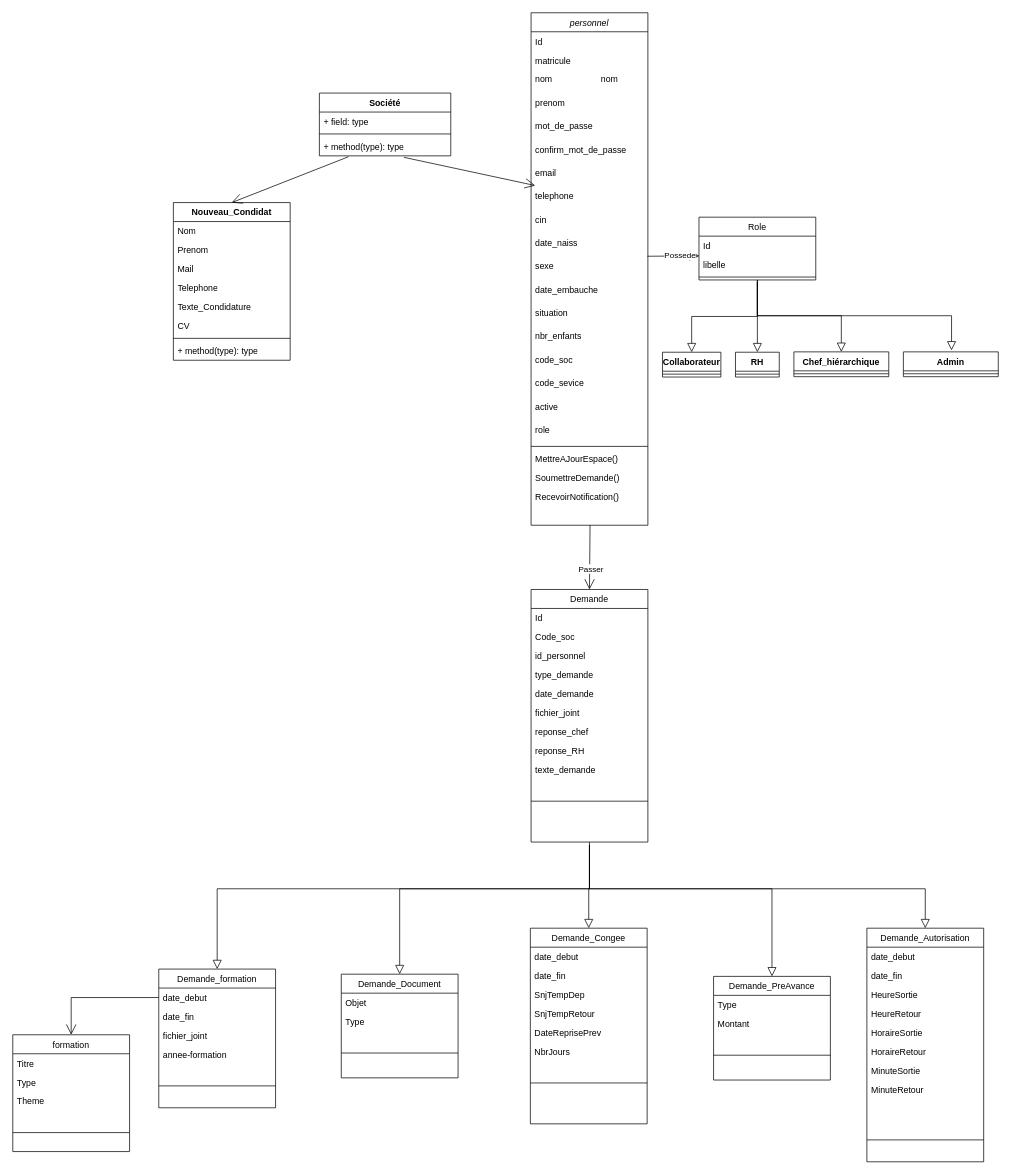
Earlier version of the draw.io diagram Diagramme_classe.drawio (PORTAIL-RH/Portail-RH-Mobile). Source tidied: cells renumbered, new cells numbered last; positions are measured from the earlier drawing's top-left corner, leaving out a move shared by most shapes. Both pictures are drawn from the tidied source at 73%, with x=0, y=0 at pixel (12, 12).
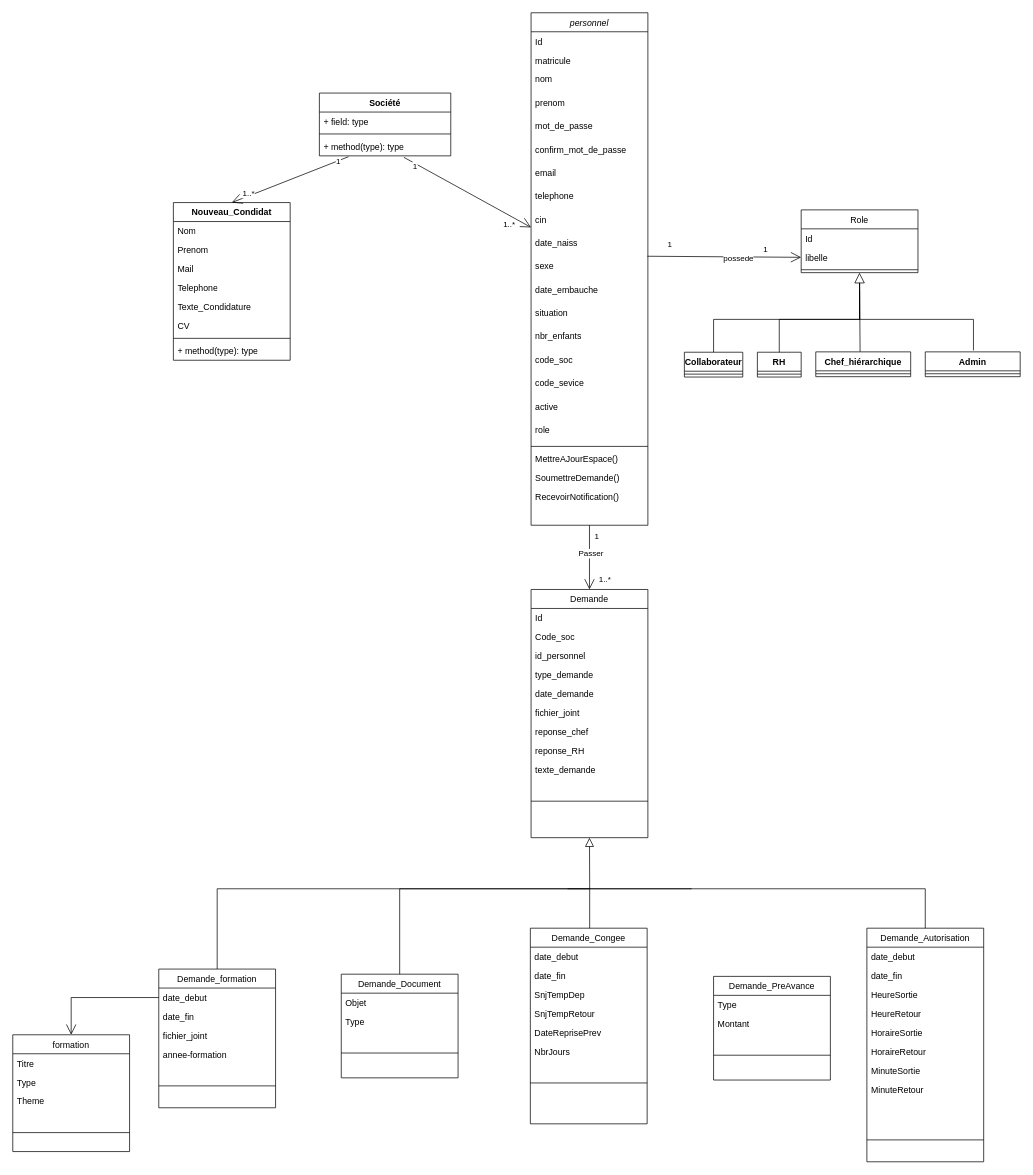
The same diagram, later.

Commit message:
Mettre à jour Diagramme_classe.drawio

The change refers to these unchanged cells:
```xml
<mxCell id="3" value="personnel" style="swimlane;fontStyle=2;align=center;verticalAlign=top;horizontal=1;startSize=26;rounded=0;shadow=0;strokeWidth=1;" parent="1" vertex="1">
  <mxGeometry x="710" width="160" height="702" as="geometry" />
</mxCell>
<mxCell id="11" value="telephone" style="text;align=left;verticalAlign=top;spacingLeft=4;spacingRight=4;overflow=hidden;points=[[0,0.5],[1,0.5]];portConstraint=eastwest;rounded=0;shadow=0;html=0;" parent="3" vertex="1">
  <mxGeometry y="238" width="160" height="32" as="geometry" />
</mxCell>
<mxCell id="12" value="cin" style="text;align=left;verticalAlign=top;spacingLeft=4;spacingRight=4;overflow=hidden;points=[[0,0.5],[1,0.5]];portConstraint=eastwest;rounded=0;shadow=0;html=0;" parent="3" vertex="1">
  <mxGeometry y="270" width="160" height="32" as="geometry" />
</mxCell>
<mxCell id="13" value="date_naiss" style="text;align=left;verticalAlign=top;spacingLeft=4;spacingRight=4;overflow=hidden;points=[[0,0.5],[1,0.5]];portConstraint=eastwest;rounded=0;shadow=0;html=0;" parent="3" vertex="1">
  <mxGeometry y="302" width="160" height="32" as="geometry" />
</mxCell>
<mxCell id="41" value="libelle" style="text;align=left;verticalAlign=top;spacingLeft=4;spacingRight=4;overflow=hidden;points=[[0,0.5],[1,0.5]];portConstraint=eastwest;" parent="39" vertex="1">
  <mxGeometry y="52" width="160" height="26" as="geometry" />
</mxCell>
<mxCell id="42" style="line;html=1;strokeWidth=1;align=left;verticalAlign=middle;spacingTop=-1;spacingLeft=3;spacingRight=3;labelPosition=right;points=[];portConstraint=eastwest;" parent="39" vertex="1">
  <mxGeometry y="78" width="160" height="8" as="geometry" />
</mxCell>
<mxCell id="43" value="Demande_formation" style="swimlane;fontStyle=0;align=center;verticalAlign=top;horizontal=1;startSize=26;rounded=0;shadow=0;strokeWidth=1;" parent="1" vertex="1">
  <mxGeometry x="200" y="1310" width="160" height="190" as="geometry" />
</mxCell>
<mxCell id="57" value="Demande_Congee" style="swimlane;fontStyle=0;align=center;verticalAlign=top;horizontal=1;startSize=26;rounded=0;shadow=0;strokeWidth=1;" parent="1" vertex="1">
  <mxGeometry x="709" y="1254" width="160" height="268" as="geometry" />
</mxCell>
<mxCell id="66" value="Demande_Autorisation" style="swimlane;fontStyle=0;align=center;verticalAlign=top;horizontal=1;startSize=26;rounded=0;shadow=0;strokeWidth=1;" parent="1" vertex="1">
  <mxGeometry x="1170" y="1254" width="160" height="320" as="geometry" />
</mxCell>
<mxCell id="86" value="Demande_Document" style="swimlane;fontStyle=0;align=center;verticalAlign=top;horizontal=1;startSize=26;rounded=0;shadow=0;strokeWidth=1;" parent="1" vertex="1">
  <mxGeometry x="450" y="1317" width="160" height="142" as="geometry" />
</mxCell>
<mxCell id="91" value="Demande_PreAvance" style="swimlane;fontStyle=0;align=center;verticalAlign=top;horizontal=1;startSize=26;rounded=0;shadow=0;strokeWidth=1;" parent="1" vertex="1">
  <mxGeometry x="960" y="1320" width="160" height="142" as="geometry" />
</mxCell>
<mxCell id="99" value="+ method(type): type" style="text;strokeColor=none;fillColor=none;align=left;verticalAlign=top;spacingLeft=4;spacingRight=4;overflow=hidden;points=[[0,0.5],[1,0.5]];portConstraint=eastwest;whiteSpace=wrap;html=1;" parent="96" vertex="1">
  <mxGeometry y="60" width="180" height="26" as="geometry" />
</mxCell>
<mxCell id="122" style="endArrow=open;endFill=1;endSize=12;html=1;rounded=0;exitX=0.222;exitY=1.045;exitDx=0;exitDy=0;exitPerimeter=0;entryX=0.5;entryY=0;entryDx=0;entryDy=0;" parent="1" edge="1" source="99" target="100">
  <mxGeometry relative="1" as="geometry" />
</mxCell>
```

The edit, as a diff of the source:
```diff
@@
-    <mxCell id="2" value="nom&#10;" style="text;align=left;verticalAlign=top;spacingLeft=4;spacingRight=4;overflow=hidden;rounded=0;shadow=0;html=0;" parent="1" vertex="1">
-      <mxGeometry x="800" y="78" width="160" height="32" as="geometry" />
-    </mxCell>
@@
     <mxCell id="26" style="text;align=left;verticalAlign=top;spacingLeft=4;spacingRight=4;overflow=hidden;points=[[0,0.5],[1,0.5]];portConstraint=eastwest;" parent="3" vertex="1">
-      <mxGeometry y="676" width="160" height="26" as="geometry" />
+      <mxGeometry y="676" width="160" height="24" as="geometry" />
     </mxCell>
     <mxCell id="27" value="Demande" style="swimlane;fontStyle=0;align=center;verticalAlign=top;horizontal=1;startSize=26;rounded=0;shadow=0;strokeWidth=1;" parent="1" vertex="1">
-      <mxGeometry x="710" y="790" width="160" height="346" as="geometry" />
+      <mxGeometry x="710" y="790" width="160" height="340" as="geometry" />
     </mxCell>
@@
     <mxCell id="39" value="Role" style="swimlane;fontStyle=0;align=center;verticalAlign=top;horizontal=1;startSize=26;rounded=0;shadow=0;strokeWidth=1;" parent="1" vertex="1">
-      <mxGeometry x="940" y="280" width="160" height="86" as="geometry" />
+      <mxGeometry x="1080" y="270" width="160" height="86" as="geometry" />
     </mxCell>
@@
     <mxCell id="78" value="RH" style="swimlane;fontStyle=1;align=center;verticalAlign=top;horizontal=1;startSize=26;whiteSpace=wrap;html=1;" parent="1" vertex="1">
-      <mxGeometry x="990" y="465" width="60" height="34" as="geometry" />
+      <mxGeometry x="1020" y="465" width="60" height="34" as="geometry" />
     </mxCell>
@@
     <mxCell id="80" value="Collaborateur" style="swimlane;fontStyle=1;align=center;verticalAlign=top;horizontal=1;startSize=26;whiteSpace=wrap;html=1;" parent="1" vertex="1">
-      <mxGeometry x="890" y="465" width="80" height="34" as="geometry" />
+      <mxGeometry x="920" y="465" width="80" height="34" as="geometry" />
     </mxCell>
@@
     <mxCell id="82" value="Chef_hiérarchique" style="swimlane;fontStyle=1;align=center;verticalAlign=top;horizontal=1;startSize=26;whiteSpace=wrap;html=1;" parent="1" vertex="1">
-      <mxGeometry x="1070" y="464.5" width="130" height="34" as="geometry" />
+      <mxGeometry x="1100" y="464.5" width="130" height="34" as="geometry" />
     </mxCell>
@@
     <mxCell id="84" value="Admin" style="swimlane;fontStyle=1;align=center;verticalAlign=top;horizontal=1;startSize=26;whiteSpace=wrap;html=1;" parent="1" vertex="1">
-      <mxGeometry x="1220" y="464.5" width="130" height="34" as="geometry" />
+      <mxGeometry x="1250" y="464.5" width="130" height="34" as="geometry" />
     </mxCell>
@@
-    <mxCell id="109" style="endArrow=block;endSize=10;endFill=0;shadow=0;strokeWidth=1;rounded=0;curved=0;edgeStyle=elbowEdgeStyle;elbow=vertical;entryX=0.5;entryY=0;entryDx=0;entryDy=0;" parent="1" edge="1" target="80">
+    <mxCell id="109" style="endArrow=none;endSize=10;endFill=0;shadow=0;strokeWidth=1;rounded=0;curved=0;edgeStyle=elbowEdgeStyle;elbow=vertical;entryX=0.5;entryY=0;entryDx=0;entryDy=0;startFill=0;" parent="1" edge="1" target="80">
       <mxGeometry relative="1" as="geometry">
-        <mxPoint x="1020" y="366" as="sourcePoint" />
+        <mxPoint x="1160" y="370" as="sourcePoint" />
+        <Array as="points">
+          <mxPoint x="1060" y="420" />
+        </Array>
       </mxGeometry>
     </mxCell>
-    <mxCell id="110" style="endArrow=block;endSize=10;endFill=0;shadow=0;strokeWidth=1;rounded=0;curved=0;edgeStyle=elbowEdgeStyle;elbow=vertical;entryX=0.5;entryY=0;entryDx=0;entryDy=0;exitX=0.5;exitY=1.5;exitDx=0;exitDy=0;exitPerimeter=0;" parent="1" edge="1" source="42" target="78">
-      <mxGeometry relative="1" as="geometry" />
+    <mxCell id="110" style="endArrow=none;endSize=10;endFill=0;shadow=0;strokeWidth=1;rounded=0;curved=0;edgeStyle=elbowEdgeStyle;elbow=vertical;entryX=0.5;entryY=0;entryDx=0;entryDy=0;startFill=0;" parent="1" edge="1" target="78">
+      <mxGeometry relative="1" as="geometry">
+        <mxPoint x="1160" y="370" as="sourcePoint" />
+        <Array as="points">
+          <mxPoint x="1110" y="420" />
+        </Array>
+      </mxGeometry>
     </mxCell>
-    <mxCell id="111" style="endArrow=block;endSize=10;endFill=0;shadow=0;strokeWidth=1;rounded=0;curved=0;edgeStyle=elbowEdgeStyle;elbow=vertical;entryX=0.5;entryY=0;entryDx=0;entryDy=0;exitX=0.5;exitY=1;exitDx=0;exitDy=0;" parent="1" edge="1" source="39" target="82">
-      <mxGeometry relative="1" as="geometry" />
-    </mxCell>
-    <mxCell id="112" style="endArrow=block;endSize=10;endFill=0;shadow=0;strokeWidth=1;rounded=0;curved=0;edgeStyle=elbowEdgeStyle;elbow=vertical;entryX=0.5;entryY=0;entryDx=0;entryDy=0;" parent="1" edge="1">
+    <mxCell id="112" style="endArrow=none;endSize=10;endFill=0;shadow=0;strokeWidth=1;rounded=0;curved=0;edgeStyle=elbowEdgeStyle;elbow=vertical;entryX=0.5;entryY=0;entryDx=0;entryDy=0;startFill=0;" parent="1" edge="1">
       <mxGeometry relative="1" as="geometry">
-        <mxPoint x="1020" y="368" as="sourcePoint" />
-        <mxPoint x="1286" y="462.5" as="targetPoint" />
+        <mxPoint x="1160" y="380" as="sourcePoint" />
+        <mxPoint x="1316" y="462.5" as="targetPoint" />
+        <Array as="points">
+          <mxPoint x="1240" y="420" />
+        </Array>
       </mxGeometry>
     </mxCell>
-    <mxCell id="113" style="endArrow=block;endSize=10;endFill=0;shadow=0;strokeWidth=1;rounded=0;curved=0;edgeStyle=elbowEdgeStyle;elbow=vertical;exitX=0.5;exitY=1;exitDx=0;exitDy=0;entryX=0.5;entryY=0;entryDx=0;entryDy=0;" parent="1" edge="1" source="27" target="91">
-      <mxGeometry relative="1" as="geometry">
-        <Array as="points">
-          <mxPoint x="920" y="1200" />
-        </Array>
-      </mxGeometry>
-    </mxCell>
-    <mxCell id="114" style="endArrow=block;endSize=10;endFill=0;shadow=0;strokeWidth=1;rounded=0;curved=0;edgeStyle=elbowEdgeStyle;elbow=vertical;entryX=0.5;entryY=0;entryDx=0;entryDy=0;" parent="1" edge="1" target="57">
+    <mxCell id="114" style="endArrow=block;endSize=10;endFill=0;shadow=0;strokeWidth=1;rounded=0;curved=0;edgeStyle=elbowEdgeStyle;elbow=vertical;exitX=0.508;exitY=0;exitDx=0;exitDy=0;exitPerimeter=0;" parent="1" edge="1" source="57">
       <mxGeometry relative="1" as="geometry">
-        <mxPoint x="790" y="1140" as="sourcePoint" />
+        <mxPoint x="790" y="1130" as="targetPoint" />
         <Array as="points">
-          <mxPoint x="790" y="1200" />
+          <mxPoint x="860" y="1193" />
         </Array>
       </mxGeometry>
     </mxCell>
-    <mxCell id="115" style="endArrow=block;endSize=10;endFill=0;shadow=0;strokeWidth=1;rounded=0;curved=0;edgeStyle=elbowEdgeStyle;elbow=vertical;entryX=0.5;entryY=0;entryDx=0;entryDy=0;" parent="1" edge="1" target="86">
+    <mxCell id="115" style="endArrow=none;endSize=10;endFill=0;shadow=0;strokeWidth=1;rounded=0;curved=0;edgeStyle=elbowEdgeStyle;elbow=vertical;entryX=0.5;entryY=0;entryDx=0;entryDy=0;startFill=0;" parent="1" edge="1" target="86">
       <mxGeometry relative="1" as="geometry">
-        <mxPoint x="790" y="1140" as="sourcePoint" />
+        <mxPoint x="930" y="1200" as="sourcePoint" />
         <Array as="points">
           <mxPoint x="790" y="1200" />
         </Array>
       </mxGeometry>
     </mxCell>
-    <mxCell id="116" style="endArrow=block;endSize=10;endFill=0;shadow=0;strokeWidth=1;rounded=0;curved=0;edgeStyle=elbowEdgeStyle;elbow=vertical;entryX=0.5;entryY=0;entryDx=0;entryDy=0;" parent="1" edge="1" target="43">
+    <mxCell id="116" style="endArrow=none;endSize=10;endFill=0;shadow=0;strokeWidth=1;rounded=0;curved=0;edgeStyle=elbowEdgeStyle;elbow=vertical;entryX=0.5;entryY=0;entryDx=0;entryDy=0;startFill=0;" parent="1" edge="1" target="43">
       <mxGeometry relative="1" as="geometry">
-        <mxPoint x="790" y="1140" as="sourcePoint" />
+        <mxPoint x="790" y="1200" as="sourcePoint" />
         <Array as="points">
           <mxPoint x="540" y="1200" />
         </Array>
       </mxGeometry>
     </mxCell>
-    <mxCell id="117" style="endArrow=block;endSize=10;endFill=0;shadow=0;strokeWidth=1;rounded=0;curved=0;edgeStyle=elbowEdgeStyle;elbow=vertical;entryX=0.5;entryY=0;entryDx=0;entryDy=0;" parent="1" edge="1" target="66">
+    <mxCell id="117" style="endArrow=none;endSize=10;endFill=0;shadow=0;strokeWidth=1;rounded=0;curved=0;edgeStyle=elbowEdgeStyle;elbow=vertical;entryX=0.5;entryY=0;entryDx=0;entryDy=0;startFill=0;" parent="1" edge="1" target="66">
       <mxGeometry relative="1" as="geometry">
-        <mxPoint x="790" y="1140" as="sourcePoint" />
+        <mxPoint x="760" y="1200" as="sourcePoint" />
         <Array as="points">
           <mxPoint x="1030" y="1200" />
         </Array>
       </mxGeometry>
     </mxCell>
-    <mxCell id="118" style="endArrow=open;endFill=1;endSize=12;html=1;rounded=0;exitX=0.505;exitY=0.996;exitDx=0;exitDy=0;exitPerimeter=0;entryX=0.5;entryY=0;entryDx=0;entryDy=0;" parent="1" edge="1" source="26" target="27">
+    <mxCell id="118" style="endArrow=open;endFill=1;endSize=12;html=1;rounded=0;entryX=0.5;entryY=0;entryDx=0;entryDy=0;exitX=0.5;exitY=1;exitDx=0;exitDy=0;" parent="1" edge="1" source="3" target="27">
       <mxGeometry relative="1" as="geometry" />
     </mxCell>
     <mxCell id="119" value="Passer" style="edgeLabel;html=1;align=center;verticalAlign=middle;" parent="118" vertex="1">
-      <mxGeometry x="0.37" y="1" relative="1" as="geometry" />
+      <mxGeometry x="0.37" y="1" relative="1" as="geometry">
+        <mxPoint y="-22" as="offset" />
+      </mxGeometry>
     </mxCell>
+    <mxCell id="124" value="1" style="edgeLabel;html=1;align=center;verticalAlign=middle;" parent="118" vertex="1">
+      <mxGeometry x="-0.69" relative="1" as="geometry">
+        <mxPoint x="9" as="offset" />
+      </mxGeometry>
+    </mxCell>
+    <mxCell id="125" value="1..*" style="edgeLabel;html=1;align=center;verticalAlign=middle;" parent="118" vertex="1">
+      <mxGeometry x="0.67" relative="1" as="geometry">
+        <mxPoint x="20" as="offset" />
+      </mxGeometry>
+    </mxCell>
-    <mxCell id="120" style="endArrow=open;endFill=1;endSize=12;html=1;rounded=0;entryX=0.004;entryY=0.152;entryDx=0;entryDy=0;entryPerimeter=0;exitX=0.996;exitY=0.985;exitDx=0;exitDy=0;exitPerimeter=0;" parent="1" edge="1" source="13">
-      <mxGeometry relative="1" as="geometry">
-        <mxPoint x="940.6" y="333" as="targetPoint" />
-      </mxGeometry>
+    <mxCell id="120" style="endArrow=open;endFill=1;endSize=12;html=1;rounded=0;entryX=0;entryY=0.5;entryDx=0;entryDy=0;exitX=0.996;exitY=0.985;exitDx=0;exitDy=0;exitPerimeter=0;" parent="1" edge="1" source="13" target="41">
+      <mxGeometry relative="1" as="geometry" />
     </mxCell>
-    <mxCell id="121" value="Possede" style="edgeLabel;html=1;align=center;verticalAlign=middle;" parent="120" vertex="1">
-      <mxGeometry x="0.24" y="1" relative="1" as="geometry" />
+    <mxCell id="121" value="1" style="edgeLabel;html=1;align=center;verticalAlign=middle;" parent="120" vertex="1">
+      <mxGeometry x="0.24" y="1" relative="1" as="geometry">
+        <mxPoint x="30" y="-10" as="offset" />
+      </mxGeometry>
     </mxCell>
+    <mxCell id="126" value="1" style="edgeLabel;html=1;align=center;verticalAlign=middle;" parent="120" vertex="1">
+      <mxGeometry x="-0.65" y="-3" relative="1" as="geometry">
+        <mxPoint x="-7" y="-19" as="offset" />
+      </mxGeometry>
+    </mxCell>
+    <mxCell id="127" value="possede" style="edgeLabel;html=1;align=center;verticalAlign=middle;" parent="120" vertex="1">
+      <mxGeometry x="0.34" y="-1" relative="1" as="geometry">
+        <mxPoint x="-17" as="offset" />
+      </mxGeometry>
+    </mxCell>
@@
+    <mxCell id="128" value="1" style="edgeLabel;html=1;align=center;verticalAlign=middle;" parent="122" vertex="1">
+      <mxGeometry x="-0.81" y="1" relative="1" as="geometry" />
+    </mxCell>
+    <mxCell id="129" value="1..*" style="edgeLabel;html=1;align=center;verticalAlign=middle;" parent="122" vertex="1">
+      <mxGeometry x="0.7" y="-3" relative="1" as="geometry" />
+    </mxCell>
-    <mxCell id="123" style="endArrow=open;endFill=1;endSize=12;html=1;rounded=0;exitX=0.643;exitY=1.077;exitDx=0;exitDy=0;exitPerimeter=0;entryX=0.035;entryY=-0.042;entryDx=0;entryDy=0;entryPerimeter=0;" parent="1" edge="1" source="99" target="11">
+    <mxCell id="123" style="endArrow=open;endFill=1;endSize=12;html=1;rounded=0;exitX=0.643;exitY=1.077;exitDx=0;exitDy=0;exitPerimeter=0;entryX=0;entryY=0.75;entryDx=0;entryDy=0;entryPerimeter=0;" parent="1" edge="1" source="99" target="12">
       <mxGeometry relative="1" as="geometry" />
     </mxCell>
+    <mxCell id="130" value="1" style="edgeLabel;html=1;align=center;verticalAlign=middle;" parent="123" vertex="1">
+      <mxGeometry x="-0.82" y="-3" relative="1" as="geometry" />
+    </mxCell>
+    <mxCell id="131" value="1..*" style="edgeLabel;html=1;align=center;verticalAlign=middle;" parent="123" vertex="1">
+      <mxGeometry x="0.79" relative="1" as="geometry">
+        <mxPoint x="-12" y="6" as="offset" />
+      </mxGeometry>
+    </mxCell>
+    <mxCell id="132" style="endArrow=block;endFill=0;endSize=12;html=1;rounded=0;exitX=0.467;exitY=-0.006;exitDx=0;exitDy=0;exitPerimeter=0;" parent="1" edge="1" source="82">
+      <mxGeometry relative="1" as="geometry">
+        <mxPoint x="1159.9" y="356" as="targetPoint" />
+      </mxGeometry>
+    </mxCell>
```
